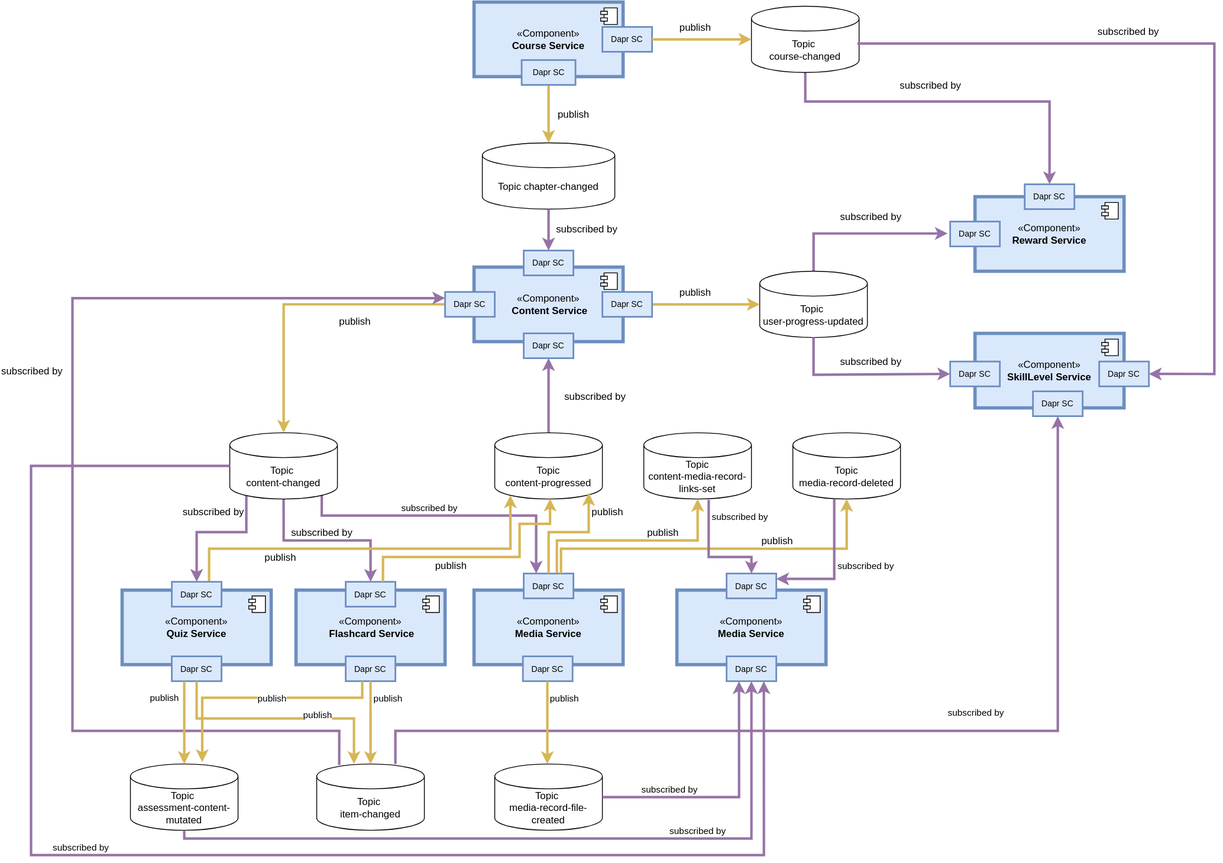
This is dev-manuals/backend/dapr/topics.drawio.svg from MEITREX/wiki, a draw.io export, as it was before one commit. Source tidied: cells renumbered, new cells last; positions are measured from the earlier drawing's top-left corner, leaving out a move shared by most shapes.
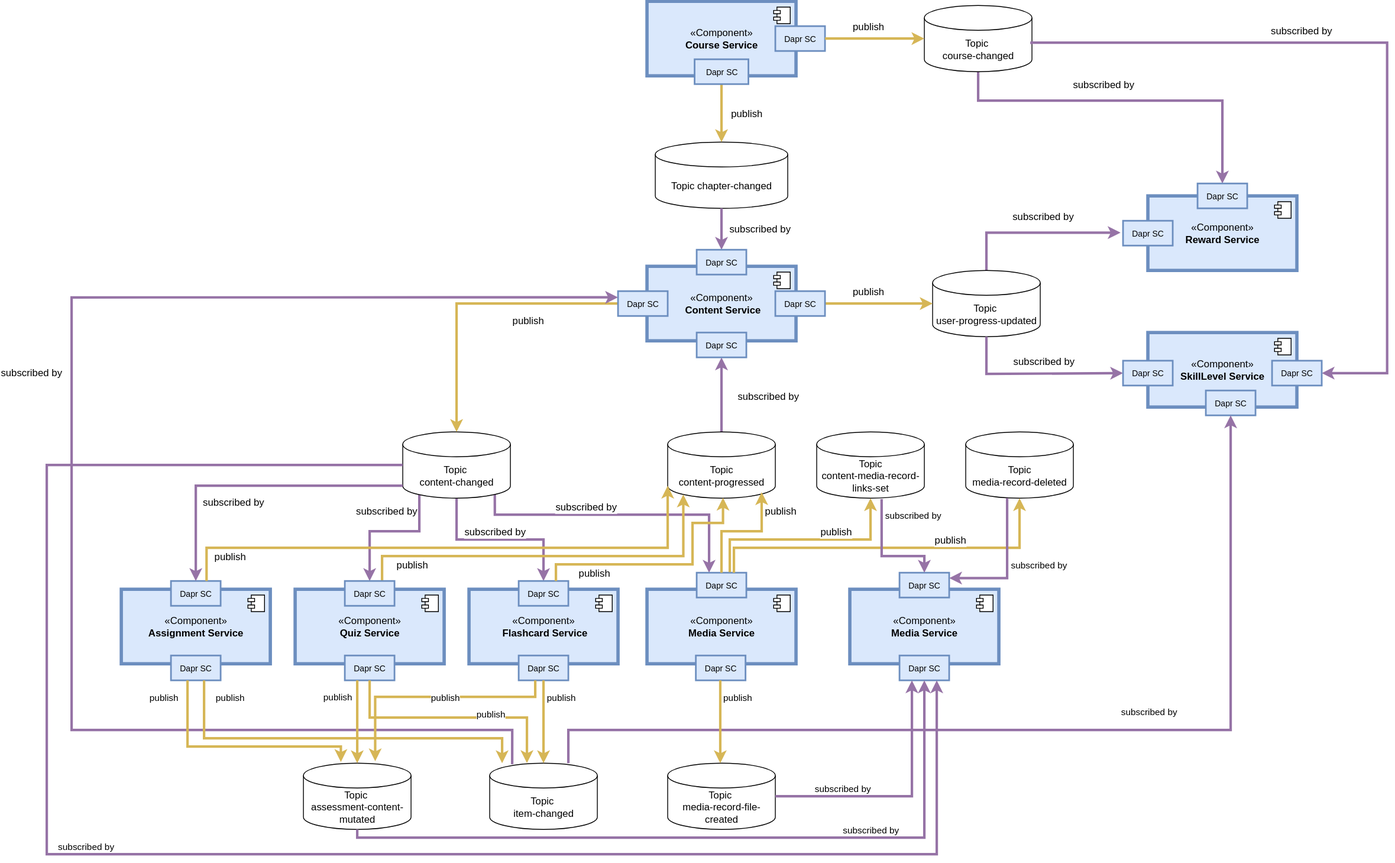
Later version of the same file.

What changed in the source:
```diff
@@ -133,7 +133,7 @@
         </Array>
       </mxGeometry>
     </mxCell>
-    <mxCell id="31" value="subscribed by" style="edgeLabel;html=1;align=center;verticalAlign=middle;" parent="30" vertex="1">
+    <mxCell id="31" value="&lt;span style=&quot;color: rgba(0, 0, 0, 0); font-family: monospace; font-size: 0px; text-align: start; background-color: rgb(236, 236, 236);&quot;&gt;%3CmxGraphModel%3E%3Croot%3E%3CmxCell%20id%3D%220%22%2F%3E%3CmxCell%20id%3D%221%22%20parent%3D%220%22%2F%3E%3CmxCell%20id%3D%222%22%20value%3D%22subscribed%20by%22%20style%3D%22edgeLabel%3Bhtml%3D1%3Balign%3Dcenter%3BverticalAlign%3Dmiddle%3Bresizable%3D0%3Bpoints%3D%5B%5D%3BfontSize%3D12%3B%22%20vertex%3D%221%22%20connectable%3D%220%22%20parent%3D%221%22%3E%3CmxGeometry%20x%3D%22110%22%20y%3D%221930.6666666666665%22%20as%3D%22geometry%22%2F%3E%3C%2FmxCell%3E%3C%2Froot%3E%3C%2FmxGraphModel%3E&lt;/span&gt;" style="edgeLabel;html=1;align=center;verticalAlign=middle;" parent="30" vertex="1">
       <mxGeometry x="-0.07" y="-1" relative="1" as="geometry">
         <mxPoint x="-11" y="-11" as="offset" />
       </mxGeometry>
@@ -260,14 +260,14 @@
     <mxCell id="61" style="edgeStyle=orthogonalEdgeStyle;rounded=0;jettySize=auto;html=1;exitX=0.75;exitY=0;exitDx=0;exitDy=0;entryX=0.145;entryY=1;entryDx=0;entryDy=-4.35;entryPerimeter=0;fillColor=#fff2cc;strokeColor=#d6b656;strokeWidth=3;" parent="1" edge="1" source="63" target="21">
       <mxGeometry relative="1" as="geometry">
         <Array as="points">
-          <mxPoint x="215" y="660" />
-          <mxPoint x="579" y="660" />
+          <mxPoint x="215" y="670" />
+          <mxPoint x="579" y="670" />
         </Array>
       </mxGeometry>
     </mxCell>
     <mxCell id="62" value="&lt;font style=&quot;font-size: 12px;&quot;&gt;publish&lt;/font&gt;" style="edgeLabel;html=1;align=center;verticalAlign=middle;" parent="61" vertex="1">
       <mxGeometry x="-0.49" y="1" relative="1" as="geometry">
-        <mxPoint x="5" y="11" as="offset" />
+        <mxPoint x="-55" y="11" as="offset" />
       </mxGeometry>
     </mxCell>
     <mxCell id="63" value="&lt;font style=&quot;font-size: 10px;&quot;&gt;Dapr SC&lt;/font&gt;" style="rounded=0;whiteSpace=wrap;html=1;fillColor=#dae8fc;strokeColor=#6c8ebf;strokeWidth=2;" parent="1" vertex="1">
@@ -276,8 +276,8 @@
     <mxCell id="64" style="edgeStyle=orthogonalEdgeStyle;rounded=0;jettySize=auto;html=1;entryX=0.514;entryY=0.994;entryDx=0;entryDy=0;entryPerimeter=0;exitX=0.75;exitY=0;exitDx=0;exitDy=0;fillColor=#fff2cc;strokeColor=#d6b656;strokeWidth=3;" parent="1" edge="1" source="60" target="21">
       <mxGeometry relative="1" as="geometry">
         <Array as="points">
-          <mxPoint x="425" y="670" />
-          <mxPoint x="590" y="670" />
+          <mxPoint x="425" y="680" />
+          <mxPoint x="590" y="680" />
           <mxPoint x="590" y="630" />
           <mxPoint x="627" y="630" />
         </Array>
@@ -285,15 +285,15 @@
     </mxCell>
     <mxCell id="65" value="&lt;font style=&quot;font-size: 12px;&quot;&gt;publish&lt;/font&gt;" style="edgeLabel;html=1;align=center;verticalAlign=middle;" parent="64" vertex="1">
       <mxGeometry x="-0.26" y="1" relative="1" as="geometry">
-        <mxPoint y="11" as="offset" />
+        <mxPoint x="-47" y="11" as="offset" />
       </mxGeometry>
     </mxCell>
     <mxCell id="66" style="edgeStyle=orthogonalEdgeStyle;rounded=0;jettySize=auto;html=1;entryX=0;entryY=0.25;entryDx=0;entryDy=0;fillColor=#e1d5e7;strokeColor=#9673a6;strokeWidth=3;exitX=0.209;exitY=0.016;exitDx=0;exitDy=0;exitPerimeter=0;" parent="1" edge="1" source="68" target="44">
       <mxGeometry relative="1" as="geometry">
         <Array as="points">
           <mxPoint x="372" y="880" />
-          <mxPoint x="50" y="880" />
-          <mxPoint x="50" y="358" />
+          <mxPoint x="-160" y="880" />
+          <mxPoint x="-160" y="358" />
         </Array>
       </mxGeometry>
     </mxCell>
@@ -499,8 +499,8 @@
     <mxCell id="105" style="edgeStyle=orthogonalEdgeStyle;rounded=0;jettySize=auto;html=1;entryX=0.75;entryY=1;entryDx=0;entryDy=0;fillColor=#e1d5e7;strokeColor=#9673a6;strokeWidth=3;exitX=0;exitY=0.5;exitDx=0;exitDy=0;exitPerimeter=0;" parent="1" edge="1" source="32" target="92">
       <mxGeometry relative="1" as="geometry">
         <Array as="points">
-          <mxPoint y="560" />
-          <mxPoint y="1030" />
+          <mxPoint x="-190" y="560" />
+          <mxPoint x="-190" y="1030" />
           <mxPoint x="885" y="1030" />
         </Array>
       </mxGeometry>
@@ -510,5 +510,74 @@
         <mxPoint x="-69" y="-11" as="offset" />
       </mxGeometry>
     </mxCell>
+    <mxCell id="107" value="«Component»&lt;div&gt;&lt;b&gt;Assignment Service&lt;/b&gt;&lt;/div&gt;" style="html=1;whiteSpace=wrap;fillColor=#dae8fc;strokeColor=#6c8ebf;strokeWidth=4;" parent="1" vertex="1">
+      <mxGeometry x="-100" y="710" width="180" height="90" as="geometry" />
+    </mxCell>
+    <mxCell id="108" style="shape=module;jettyWidth=8;jettyHeight=4;" parent="107" vertex="1">
+      <mxGeometry x="1" width="20" height="20" relative="1" as="geometry">
+        <mxPoint x="-27" y="7" as="offset" />
+      </mxGeometry>
+    </mxCell>
+    <mxCell id="109" value="&lt;font style=&quot;font-size: 10px;&quot;&gt;Dapr SC&lt;/font&gt;" style="rounded=0;whiteSpace=wrap;html=1;fillColor=#dae8fc;strokeColor=#6c8ebf;strokeWidth=2;" parent="1" vertex="1">
+      <mxGeometry x="-40" y="700" width="60" height="30" as="geometry" />
+    </mxCell>
+    <mxCell id="110" value="&lt;font style=&quot;font-size: 10px;&quot;&gt;Dapr SC&lt;/font&gt;" style="rounded=0;whiteSpace=wrap;html=1;fillColor=#dae8fc;strokeColor=#6c8ebf;strokeWidth=2;" parent="1" vertex="1">
+      <mxGeometry x="-40" y="790" width="60" height="30" as="geometry" />
+    </mxCell>
+    <mxCell id="111" style="edgeStyle=orthogonalEdgeStyle;rounded=0;jettySize=auto;html=1;fillColor=#fff2cc;strokeColor=#d6b656;strokeWidth=3;entryX=0.348;entryY=-0.018;entryDx=0;entryDy=0;entryPerimeter=0;" parent="1" edge="1" source="110" target="84">
+      <mxGeometry relative="1" as="geometry">
+        <Array as="points">
+          <mxPoint x="-20" y="900" />
+          <mxPoint x="165" y="900" />
+        </Array>
+      </mxGeometry>
+    </mxCell>
+    <mxCell id="112" value="publish" style="edgeLabel;html=1;align=center;verticalAlign=middle;" parent="111" vertex="1">
+      <mxGeometry x="0.13" y="-4" relative="1" as="geometry">
+        <mxPoint x="-111" y="-64" as="offset" />
+      </mxGeometry>
+    </mxCell>
+    <mxCell id="113" style="edgeStyle=orthogonalEdgeStyle;rounded=0;jettySize=auto;html=1;fillColor=#fff2cc;strokeColor=#d6b656;strokeWidth=3;" parent="1" edge="1" source="110">
+      <mxGeometry relative="1" as="geometry">
+        <mxPoint x="360" y="920" as="targetPoint" />
+        <Array as="points">
+          <mxPoint y="890" />
+          <mxPoint x="360" y="890" />
+        </Array>
+      </mxGeometry>
+    </mxCell>
+    <mxCell id="114" value="publish" style="edgeLabel;html=1;align=center;verticalAlign=middle;" parent="113" vertex="1">
+      <mxGeometry x="0.13" y="-4" relative="1" as="geometry">
+        <mxPoint x="-161" y="-54" as="offset" />
+      </mxGeometry>
+    </mxCell>
+    <mxCell id="115" style="edgeStyle=orthogonalEdgeStyle;rounded=0;jettySize=auto;html=1;fillColor=#e1d5e7;strokeColor=#9673a6;strokeWidth=3;exitX=0;exitY=1;exitDx=0;exitDy=-15;exitPerimeter=0;" parent="1" edge="1" source="32" target="109">
+      <mxGeometry relative="1" as="geometry">
+        <Array as="points">
+          <mxPoint x="-10" y="585" />
+        </Array>
+      </mxGeometry>
+    </mxCell>
+    <mxCell id="116" value="&lt;font style=&quot;font-size: 12px;&quot;&gt;subscribed by&lt;/font&gt;" style="edgeLabel;html=1;align=center;verticalAlign=middle;fontSize=12;" parent="115" vertex="1">
+      <mxGeometry x="-0.25" relative="1" as="geometry">
+        <mxPoint x="-68" y="19" as="offset" />
+      </mxGeometry>
+    </mxCell>
+    <mxCell id="117" style="edgeStyle=orthogonalEdgeStyle;rounded=0;jettySize=auto;html=1;entryX=0;entryY=1;entryDx=0;entryDy=-15;entryPerimeter=0;fillColor=#fff2cc;strokeColor=#d6b656;strokeWidth=3;" parent="1" edge="1" source="109" target="21">
+      <mxGeometry relative="1" as="geometry">
+        <Array as="points">
+          <mxPoint x="3" y="660" />
+          <mxPoint x="560" y="660" />
+        </Array>
+      </mxGeometry>
+    </mxCell>
+    <mxCell id="118" value="&lt;font style=&quot;font-size: 12px;&quot;&gt;publish&lt;/font&gt;" style="edgeLabel;html=1;align=center;verticalAlign=middle;" parent="117" vertex="1">
+      <mxGeometry x="-0.49" y="1" relative="1" as="geometry">
+        <mxPoint x="-105" y="11" as="offset" />
+      </mxGeometry>
+    </mxCell>
+    <mxCell id="119" value="subscribed by" style="edgeLabel;html=1;align=center;verticalAlign=middle;fontSize=12;" parent="1" vertex="1">
+      <mxGeometry x="460" y="610" as="geometry" />
+    </mxCell>
   </root>
 </mxGraphModel>
```
